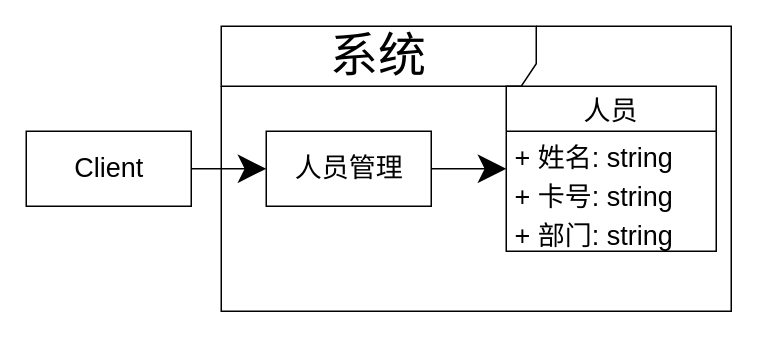
This is packages/再看设计原则/开闭原则/人员继承（前）.drawio from yyc-git/3DProgramPattern, a draw.io file, before an edit. Source tidied: cells renumbered, new cells numbered last; positions are measured from the earlier drawing's top-left corner, leaving out a move shared by most shapes. Both pictures are drawn from the tidied source at 150%, with x=0, y=0 at pixel (26, 26).
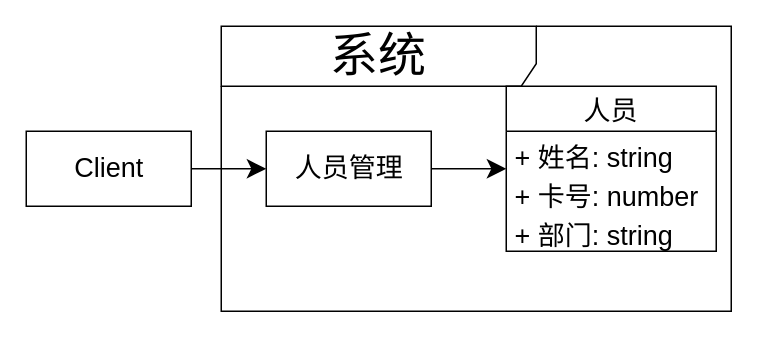
Above is the later version.

Change to the diagram source:
```diff
@@
 <mxGraphModel>
   <root>
     <mxCell id="0" />
     <mxCell id="1" parent="0" />
     <mxCell id="2" value="&lt;font style=&quot;font-size: 32px&quot;&gt;系统&lt;/font&gt;" style="shape=umlFrame;whiteSpace=wrap;html=1;width=210;height=40;fontSize=32;" parent="1" vertex="1">
       <mxGeometry x="130" width="340" height="190" as="geometry" />
     </mxCell>
     <mxCell id="3" value="人员" style="swimlane;fontStyle=0;horizontal=1;startSize=30;fillColor=none;fontSize=18;" parent="1" vertex="1">
       <mxGeometry x="320" y="40" width="140" height="110" as="geometry" />
     </mxCell>
     <mxCell id="4" value="+ 姓名: string" style="text;strokeColor=none;fillColor=none;align=left;verticalAlign=top;spacingLeft=4;spacingRight=4;overflow=hidden;fontSize=18;" parent="3" vertex="1">
       <mxGeometry y="30" width="140" height="26" as="geometry" />
     </mxCell>
-    <mxCell id="5" value="+ 卡号: string" style="text;strokeColor=none;fillColor=none;align=left;verticalAlign=top;spacingLeft=4;spacingRight=4;overflow=hidden;fontSize=18;" parent="3" vertex="1">
+    <mxCell id="5" value="+ 卡号: number" style="text;strokeColor=none;fillColor=none;align=left;verticalAlign=top;spacingLeft=4;spacingRight=4;overflow=hidden;fontSize=18;" parent="3" vertex="1">
       <mxGeometry y="56" width="140" height="26" as="geometry" />
     </mxCell>
     <mxCell id="6" value="+ 部门: string" style="text;strokeColor=none;fillColor=none;align=left;verticalAlign=top;spacingLeft=4;spacingRight=4;overflow=hidden;fontSize=18;" parent="3" vertex="1">
       <mxGeometry y="82" width="140" height="28" as="geometry" />
     </mxCell>
-    <mxCell id="7" style="edgeStyle=orthogonalEdgeStyle;rounded=0;jettySize=auto;html=1;endSize=16;startSize=16;" parent="1" edge="1" source="8" target="3">
+    <mxCell id="7" style="edgeStyle=orthogonalEdgeStyle;rounded=0;jettySize=auto;html=1;endSize=10;startSize=10;" parent="1" edge="1" source="8" target="3">
       <mxGeometry relative="1" as="geometry" />
     </mxCell>
     <mxCell id="8" value="人员管理" style="html=1;fontSize=18;" parent="1" vertex="1">
       <mxGeometry x="160" y="70" width="110" height="50" as="geometry" />
     </mxCell>
-    <mxCell id="9" style="edgeStyle=orthogonalEdgeStyle;rounded=0;jettySize=auto;html=1;entryX=0;entryY=0.5;entryDx=0;entryDy=0;endSize=16;startSize=16;" parent="1" edge="1" source="10" target="8">
+    <mxCell id="9" style="edgeStyle=orthogonalEdgeStyle;rounded=0;jettySize=auto;html=1;entryX=0;entryY=0.5;entryDx=0;entryDy=0;endSize=10;startSize=10;" parent="1" edge="1" source="10" target="8">
       <mxGeometry relative="1" as="geometry" />
     </mxCell>
     <mxCell id="10" value="Client" style="html=1;fontSize=18;" parent="1" vertex="1">
       <mxGeometry y="70" width="110" height="50" as="geometry" />
     </mxCell>
   </root>
 </mxGraphModel>
```
